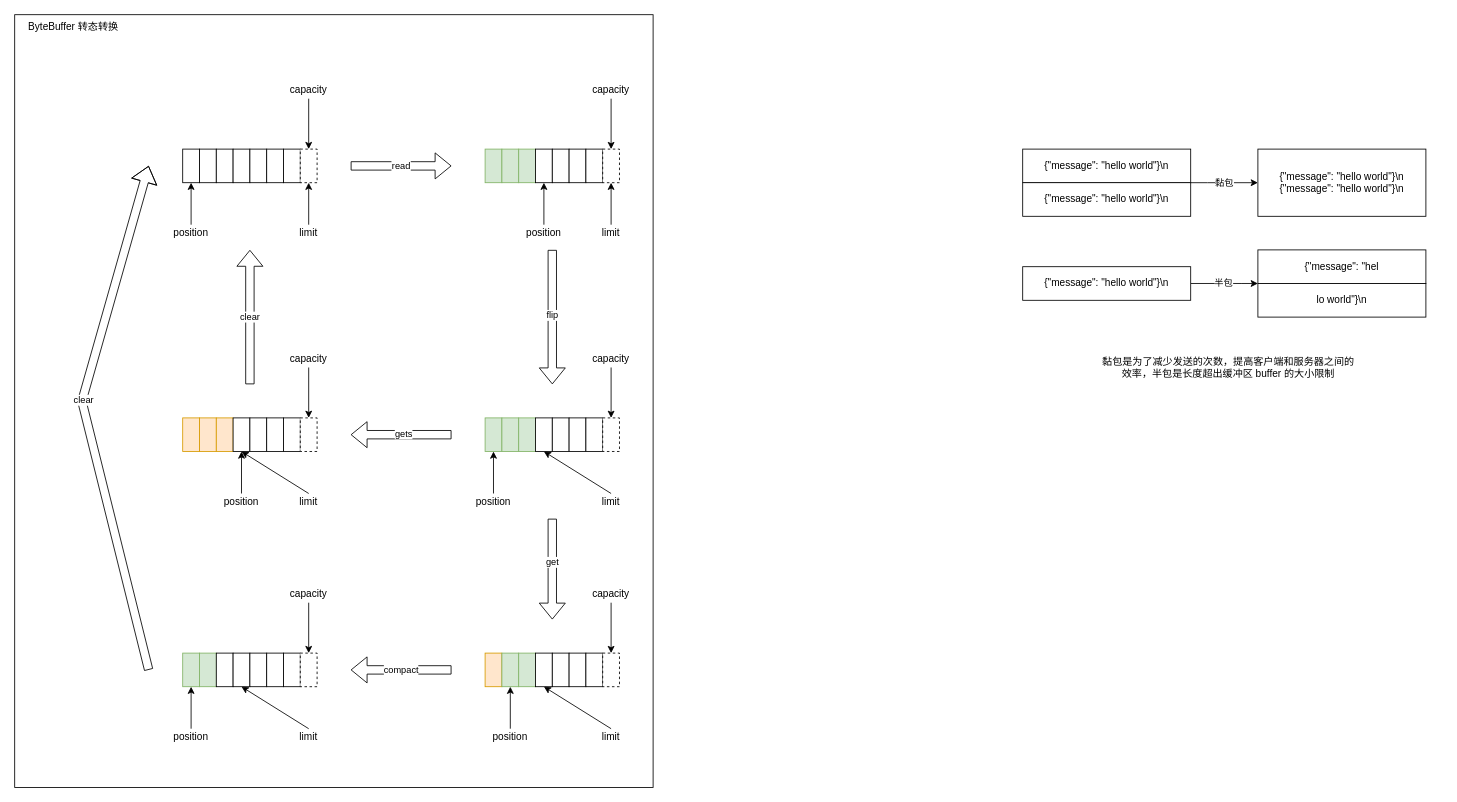
Before: page "原理" (2 of 3) of Java/Netty.drawio in wubinglong9716/NoteBook, a draw.io diagram. Source tidied: cells renumbered, new cells numbered last; positions are measured from the earlier drawing's top-left corner, leaving out a move shared by most shapes. Both pictures are drawn from the tidied source at 84%, with x=0, y=0 at pixel (14, 14).
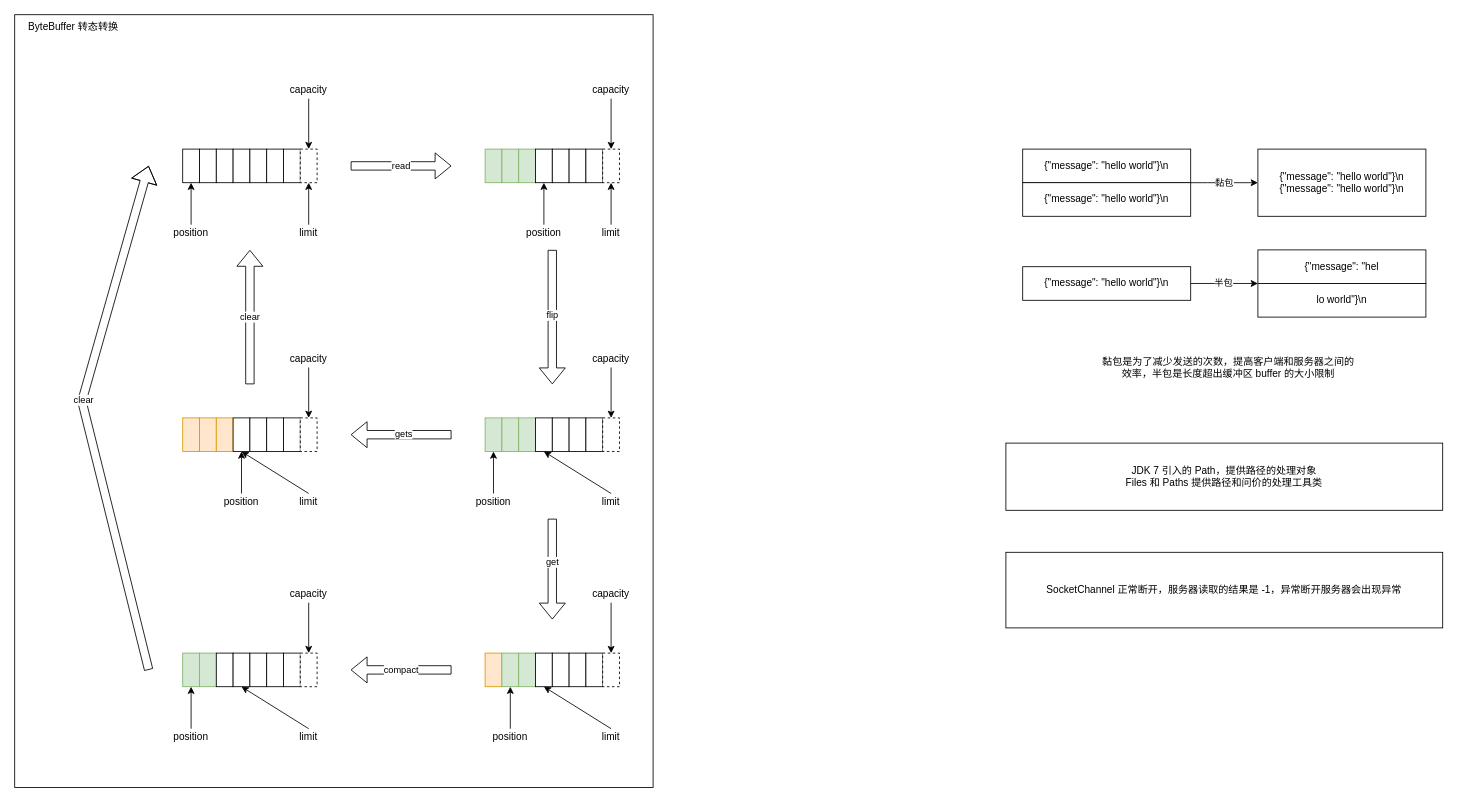
The same diagram, later.

The edit, as a diff of the source:
```diff
@@
+    <mxCell id="118" value="JDK 7 引入的 Path，提供路径的处理对象&lt;br&gt;Files 和 Paths 提供路径和问价的处理工具类" style="rounded=0;whiteSpace=wrap;html=1;" parent="1" vertex="1">
+      <mxGeometry x="1180" y="510" width="520" height="80" as="geometry" />
+    </mxCell>
+    <mxCell id="119" value="SocketChannel 正常断开，服务器读取的结果是 -1，异常断开服务器会出现异常" style="rounded=0;whiteSpace=wrap;html=1;" parent="1" vertex="1">
+      <mxGeometry x="1180" y="640" width="520" height="90" as="geometry" />
+    </mxCell>
```
